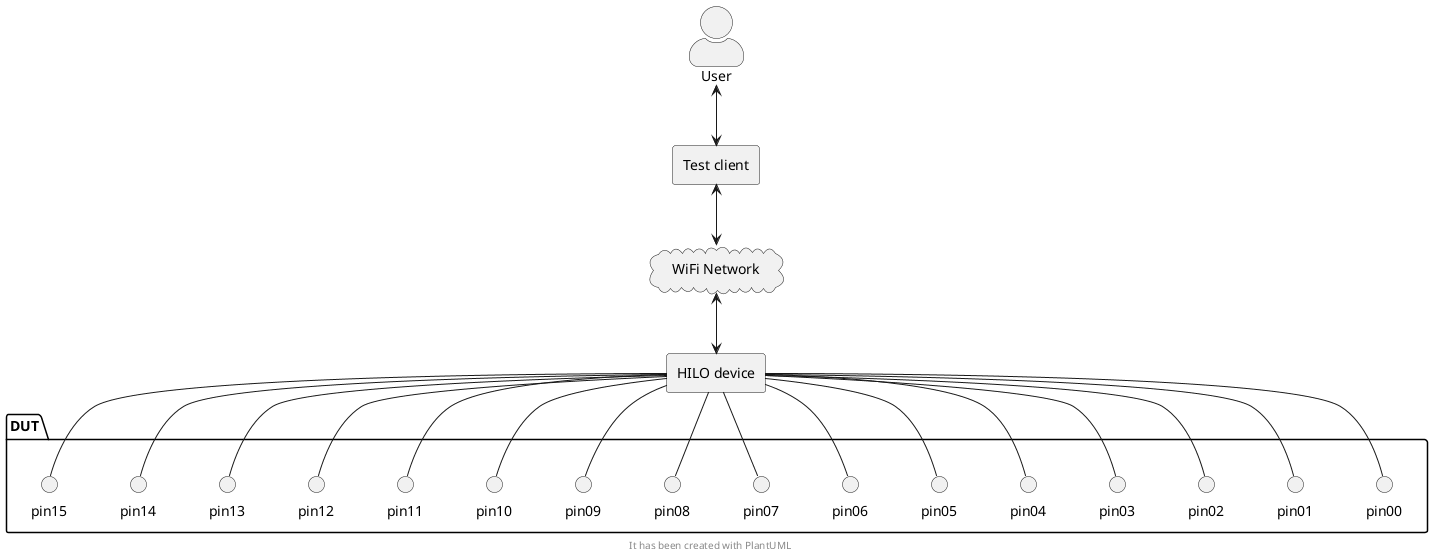
This is images/overviewDiagram.png from catinella/HILO, a PlantUML export, as it was before one commit.
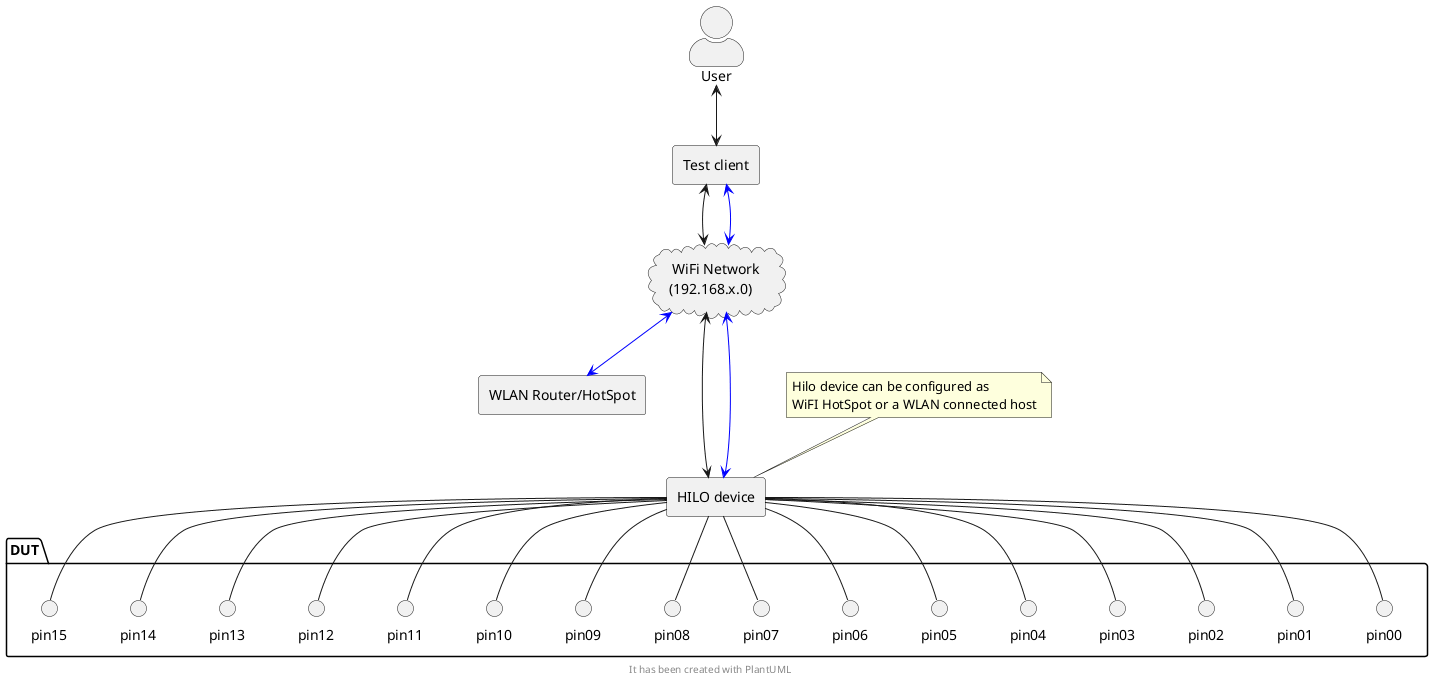
After the change.

What changed in the source:
```diff
@@ -7,11 +7,18 @@
 
 Actor " User " as USER
 
-cloud "  WiFi Network  " AS WLAN
-
 rectangle "Test client" as TCL
 
+rectangle "WLAN Router/HotSpot" as ROUT
+
+cloud "  WiFi Network  \n (192.168.x.0) " AS WLAN
+
 rectangle "HILO device" as HILO
+
+note top of HILO
+	Hilo device can be configured as
+	WiFI HotSpot or a WLAN connected host
+end note
 
 package "DUT" as DUT {
 	circle "pin00" as DP00
@@ -34,7 +41,10 @@
 
 USER <-down-> TCL
 TCL  <-down-> WLAN
-WLAN <-down-> HILO
+TCL  <-[#Blue]-> WLAN
+WLAN <--down-> HILO
+WLAN <-[#Blue]-> ROUT
+WLAN <-[#Blue]-> HILO
 
 HILO -down- DP00
 HILO -down- DP01
```
